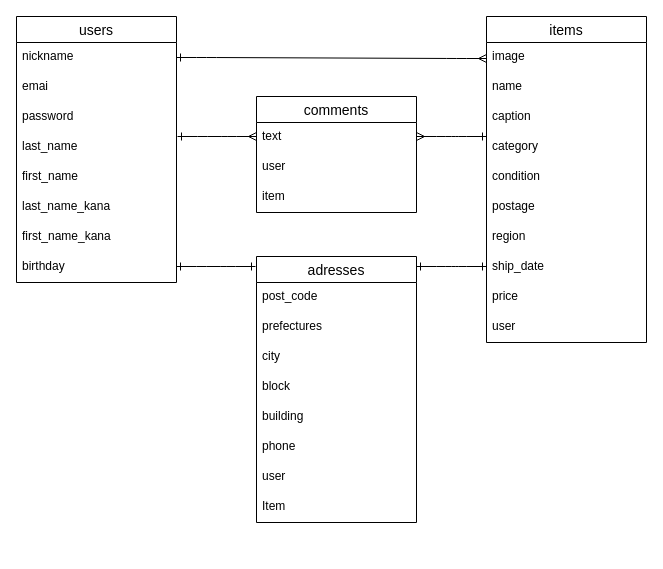
ngkwdsk/furima-40473 keeps this draw.io diagram as furima.dio. Above is the earlier version. Source tidied: cells renumbered, new cells numbered last; positions are measured from the earlier drawing's top-left corner, leaving out a move shared by most shapes. Both pictures are drawn from the tidied source at 100%, with x=0, y=0 at pixel (16, 16).
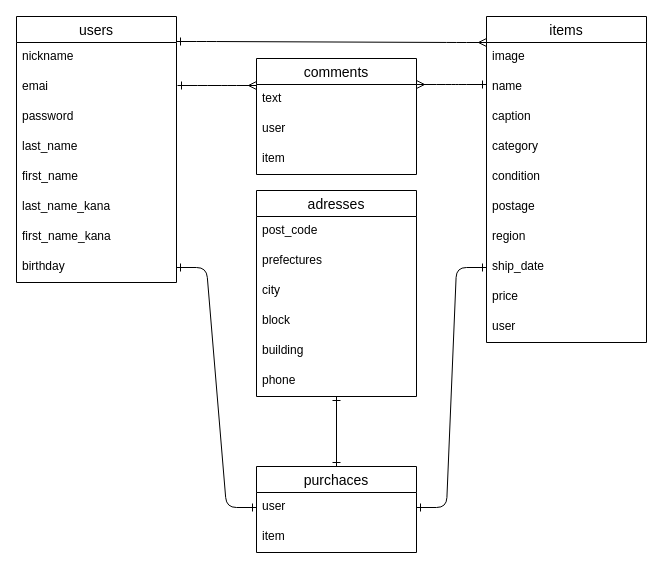
The same diagram, later.

Commit message (it also covers changes not shown here):
purchasesテーブルの追加

Unchanged cells that the change refers to:
```xml
<mxCell id="10" value="birthday" style="text;strokeColor=none;fillColor=none;spacingLeft=4;spacingRight=4;overflow=hidden;points=[[0,0.5],[1,0.5]];portConstraint=eastwest;fontSize=12;" parent="2" vertex="1">
  <mxGeometry y="236" width="160" height="30" as="geometry" />
</mxCell>
<mxCell id="19" value="ship_date&#10;" style="text;strokeColor=none;fillColor=none;spacingLeft=4;spacingRight=4;overflow=hidden;points=[[0,0.5],[1,0.5]];portConstraint=eastwest;fontSize=12;" parent="11" vertex="1">
  <mxGeometry y="236" width="160" height="30" as="geometry" />
</mxCell>
```

What changed in the source:
```diff
@@
     <mxCell id="22" value="comments" style="swimlane;fontStyle=0;horizontal=1;startSize=26;align=center;fontSize=14;" parent="1" vertex="1">
-      <mxGeometry x="240" y="80" width="160" height="116" as="geometry" />
+      <mxGeometry x="240" y="42" width="160" height="116" as="geometry" />
     </mxCell>
@@
     <mxCell id="26" style="edgeStyle=entityRelationEdgeStyle;fontSize=12;html=1;endArrow=ERmany;entryX=0;entryY=0.833;entryDx=0;entryDy=0;entryPerimeter=0;startArrow=ERone;startFill=0;endFill=0;jumpSize=17;" parent="1" edge="1">
       <mxGeometry relative="1" as="geometry">
-        <mxPoint x="160" y="41" as="sourcePoint" />
-        <mxPoint x="470" y="42" as="targetPoint" />
+        <mxPoint x="160" y="25" as="sourcePoint" />
+        <mxPoint x="470" y="26" as="targetPoint" />
       </mxGeometry>
     </mxCell>
     <mxCell id="27" style="edgeStyle=entityRelationEdgeStyle;fontSize=12;html=1;endArrow=ERmany;startArrow=ERone;startFill=0;endFill=0;" parent="1" edge="1">
       <mxGeometry relative="1" as="geometry">
-        <mxPoint x="161" y="120" as="sourcePoint" />
-        <mxPoint x="240" y="120" as="targetPoint" />
+        <mxPoint x="161" y="69" as="sourcePoint" />
+        <mxPoint x="240" y="69" as="targetPoint" />
       </mxGeometry>
     </mxCell>
     <mxCell id="28" style="edgeStyle=entityRelationEdgeStyle;fontSize=12;html=1;endArrow=ERone;startArrow=ERmany;startFill=0;endFill=0;" parent="1" edge="1">
       <mxGeometry relative="1" as="geometry">
-        <mxPoint x="400" y="120" as="sourcePoint" />
-        <mxPoint x="470" y="120" as="targetPoint" />
+        <mxPoint x="400" y="68" as="sourcePoint" />
+        <mxPoint x="470" y="68" as="targetPoint" />
       </mxGeometry>
     </mxCell>
+    <mxCell id="40" style="edgeStyle=none;html=1;entryX=0.5;entryY=0;entryDx=0;entryDy=0;endArrow=ERone;endFill=0;startArrow=ERone;startFill=0;" parent="1" edge="1" source="29" target="41">
+      <mxGeometry relative="1" as="geometry" />
+    </mxCell>
     <mxCell id="29" value="adresses" style="swimlane;fontStyle=0;horizontal=1;startSize=26;align=center;fontSize=14;" parent="1" vertex="1">
-      <mxGeometry x="240" y="240" width="160" height="266" as="geometry" />
+      <mxGeometry x="240" y="174" width="160" height="206" as="geometry" />
     </mxCell>
@@
+    <mxCell id="41" value="purchaces" style="swimlane;fontStyle=0;horizontal=1;startSize=26;align=center;fontSize=14;" parent="1" vertex="1">
+      <mxGeometry x="240" y="450" width="160" height="86" as="geometry" />
+    </mxCell>
-    <mxCell id="36" value="user" style="text;strokeColor=none;fillColor=none;spacingLeft=4;spacingRight=4;overflow=hidden;points=[[0,0.5],[1,0.5]];portConstraint=eastwest;fontSize=12;" parent="29" vertex="1">
-      <mxGeometry y="206" width="160" height="30" as="geometry" />
+    <mxCell id="36" value="user" style="text;strokeColor=none;fillColor=none;spacingLeft=4;spacingRight=4;overflow=hidden;points=[[0,0.5],[1,0.5]];portConstraint=eastwest;fontSize=12;" parent="41" vertex="1">
+      <mxGeometry y="26" width="160" height="30" as="geometry" />
     </mxCell>
-    <mxCell id="37" value="Item" style="text;strokeColor=none;fillColor=none;spacingLeft=4;spacingRight=4;overflow=hidden;fontSize=12;" parent="29" vertex="1">
-      <mxGeometry y="236" width="160" height="30" as="geometry" />
-    </mxCell>
-    <mxCell id="38" style="edgeStyle=entityRelationEdgeStyle;fontSize=12;html=1;endArrow=ERone;startArrow=ERone;startFill=0;endFill=0;" parent="1" edge="1">
-      <mxGeometry relative="1" as="geometry">
-        <mxPoint x="160" y="250" as="sourcePoint" />
-        <mxPoint x="239" y="250" as="targetPoint" />
-      </mxGeometry>
-    </mxCell>
-    <mxCell id="39" style="edgeStyle=entityRelationEdgeStyle;fontSize=12;html=1;endArrow=ERone;startArrow=ERone;startFill=0;endFill=0;" parent="1" edge="1">
-      <mxGeometry relative="1" as="geometry">
-        <mxPoint x="400" y="250" as="sourcePoint" />
-        <mxPoint x="470" y="250" as="targetPoint" />
-      </mxGeometry>
-    </mxCell>
+    <mxCell id="42" value="item" style="text;strokeColor=none;fillColor=none;spacingLeft=4;spacingRight=4;overflow=hidden;fontSize=12;" parent="41" vertex="1">
+      <mxGeometry y="56" width="160" height="30" as="geometry" />
+    </mxCell>
+    <mxCell id="43" style="edgeStyle=entityRelationEdgeStyle;fontSize=12;html=1;endArrow=ERone;startArrow=ERone;startFill=0;endFill=0;entryX=0;entryY=0.5;entryDx=0;entryDy=0;exitX=1;exitY=0.5;exitDx=0;exitDy=0;" parent="1" edge="1" source="10" target="36">
+      <mxGeometry relative="1" as="geometry" />
+    </mxCell>
+    <mxCell id="44" style="edgeStyle=entityRelationEdgeStyle;fontSize=12;html=1;endArrow=ERone;startArrow=ERone;startFill=0;endFill=0;exitX=1;exitY=0.5;exitDx=0;exitDy=0;entryX=0;entryY=0.5;entryDx=0;entryDy=0;" parent="1" edge="1" source="36" target="19">
+      <mxGeometry relative="1" as="geometry" />
+    </mxCell>
```
